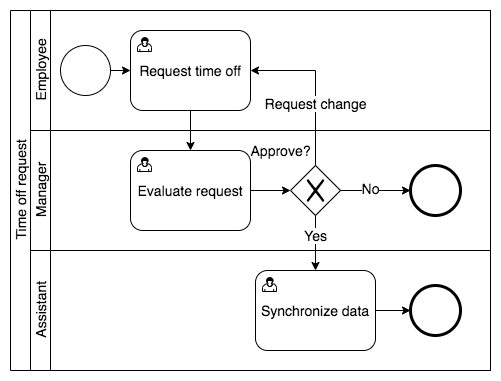
The draw.io diagram images/before_sys_integration.png in Tim3W4rp/Diploma-thesis, before a commit. Source tidied: cells renumbered, new cells last; positions are measured from the earlier drawing's top-left corner, leaving out a move shared by most shapes. Its diagram source:
```xml
<mxGraphModel background="#ffffff">
  <root>
    <mxCell id="0" />
    <mxCell id="1" parent="0" />
    <mxCell id="2" value="Time off request" style="swimlane;html=1;horizontal=0;startSize=20;fontSize=14;fontStyle=0;" parent="1" vertex="1">
      <mxGeometry width="480" height="360" as="geometry" />
    </mxCell>
    <mxCell id="3" value="Employee" style="swimlane;html=1;startSize=20;horizontal=0;fontSize=14;fontStyle=0;" parent="2" vertex="1">
      <mxGeometry x="20" width="460" height="120" as="geometry" />
    </mxCell>
    <mxCell id="4" value="Request time off" style="html=1;whiteSpace=wrap;rounded=1;fontSize=14;fontStyle=0;" parent="3" vertex="1">
      <mxGeometry x="100" y="20" width="120" height="80" as="geometry" />
    </mxCell>
    <mxCell id="5" style="html=1;shape=mxgraph.bpmn.user_task;fontSize=14;fontStyle=0;" parent="4" vertex="1">
      <mxGeometry width="14" height="14" relative="1" as="geometry">
        <mxPoint x="7" y="7" as="offset" />
      </mxGeometry>
    </mxCell>
    <mxCell id="6" style="shape=mxgraph.bpmn.shape;html=1;verticalLabelPosition=bottom;labelBackgroundColor=#ffffff;verticalAlign=top;align=center;perimeter=ellipsePerimeter;outlineConnect=0;outline=standard;symbol=general;fontSize=14;fontStyle=0;" parent="3" vertex="1">
      <mxGeometry x="30" y="35" width="50" height="50" as="geometry" />
    </mxCell>
    <mxCell id="7" style="edgeStyle=orthogonalEdgeStyle;rounded=0;jettySize=auto;html=1;exitX=1;exitY=0.5;exitDx=0;exitDy=0;entryX=0;entryY=0.5;entryDx=0;entryDy=0;fontSize=14;fontStyle=0;" parent="3" edge="1" source="6" target="4">
      <mxGeometry relative="1" as="geometry" />
    </mxCell>
    <mxCell id="8" value="Manager" style="swimlane;html=1;startSize=20;horizontal=0;fontSize=14;fontStyle=0;" parent="2" vertex="1">
      <mxGeometry x="20" y="120" width="460" height="120" as="geometry" />
    </mxCell>
    <mxCell id="9" style="edgeStyle=orthogonalEdgeStyle;rounded=0;jettySize=auto;html=1;entryX=0;entryY=0.5;entryDx=0;entryDy=0;startArrow=none;startFill=0;endArrow=classic;endFill=1;strokeWidth=1;fontSize=14;fontStyle=0;" parent="8" edge="1" source="10" target="12">
      <mxGeometry relative="1" as="geometry" />
    </mxCell>
    <mxCell id="10" value="Evaluate request" style="html=1;whiteSpace=wrap;rounded=1;fontSize=14;fontStyle=0;" parent="8" vertex="1">
      <mxGeometry x="100" y="20" width="120" height="80" as="geometry" />
    </mxCell>
    <mxCell id="11" style="html=1;shape=mxgraph.bpmn.user_task;fontSize=14;fontStyle=0;" parent="10" vertex="1">
      <mxGeometry width="14" height="14" relative="1" as="geometry">
        <mxPoint x="7" y="7" as="offset" />
      </mxGeometry>
    </mxCell>
    <mxCell id="12" style="shape=mxgraph.bpmn.shape;html=1;verticalLabelPosition=bottom;labelBackgroundColor=#ffffff;verticalAlign=top;align=center;perimeter=rhombusPerimeter;background=gateway;outlineConnect=0;outline=none;symbol=exclusiveGw;fontSize=14;fontStyle=0;" parent="8" vertex="1">
      <mxGeometry x="260" y="35" width="50" height="50" as="geometry" />
    </mxCell>
    <mxCell id="13" value="Approve?" style="text;html=1;align=center;verticalAlign=middle;fontSize=14;fontStyle=0;" parent="8" vertex="1">
      <mxGeometry x="210" y="10" width="80" height="20" as="geometry" />
    </mxCell>
    <mxCell id="14" style="shape=mxgraph.bpmn.shape;html=1;verticalLabelPosition=bottom;labelBackgroundColor=#ffffff;verticalAlign=top;align=center;perimeter=ellipsePerimeter;outlineConnect=0;outline=end;symbol=general;fontSize=14;" parent="8" vertex="1">
      <mxGeometry x="380" y="35" width="50" height="50" as="geometry" />
    </mxCell>
    <mxCell id="15" style="edgeStyle=orthogonalEdgeStyle;rounded=0;jettySize=auto;html=1;startArrow=none;startFill=0;endArrow=classic;endFill=1;strokeWidth=1;fontSize=14;fontStyle=0;entryX=0;entryY=0.5;entryDx=0;entryDy=0;" parent="8" edge="1" source="12" target="14">
      <mxGeometry relative="1" as="geometry" />
    </mxCell>
    <mxCell id="16" value="No" style="edgeLabel;html=1;align=center;verticalAlign=middle;fontSize=14;fontStyle=0;" parent="15" vertex="1">
      <mxGeometry x="-0.16" y="3" relative="1" as="geometry" />
    </mxCell>
    <mxCell id="17" value="Assistant" style="swimlane;html=1;startSize=20;horizontal=0;fontSize=14;fontStyle=0;" parent="2" vertex="1">
      <mxGeometry x="20" y="240" width="460" height="120" as="geometry" />
    </mxCell>
    <mxCell id="18" style="edgeStyle=orthogonalEdgeStyle;rounded=0;jettySize=auto;html=1;entryX=0;entryY=0.5;entryDx=0;entryDy=0;startArrow=none;startFill=0;endArrow=classic;endFill=1;strokeWidth=1;fontSize=14;fontStyle=0;" parent="17" edge="1" source="19" target="21">
      <mxGeometry relative="1" as="geometry" />
    </mxCell>
    <mxCell id="19" value="Synchronize data" style="html=1;whiteSpace=wrap;rounded=1;fontSize=14;fontStyle=0;" parent="17" vertex="1">
      <mxGeometry x="225" y="20" width="120" height="80" as="geometry" />
    </mxCell>
    <mxCell id="20" style="html=1;shape=mxgraph.bpmn.user_task;fontSize=14;fontStyle=0;" parent="19" vertex="1">
      <mxGeometry width="14" height="14" relative="1" as="geometry">
        <mxPoint x="7" y="7" as="offset" />
      </mxGeometry>
    </mxCell>
    <mxCell id="21" style="shape=mxgraph.bpmn.shape;html=1;verticalLabelPosition=bottom;labelBackgroundColor=#ffffff;verticalAlign=top;align=center;perimeter=ellipsePerimeter;outlineConnect=0;outline=end;symbol=general;fontSize=14;fontStyle=0;" parent="17" vertex="1">
      <mxGeometry x="380" y="35" width="50" height="50" as="geometry" />
    </mxCell>
    <mxCell id="22" style="edgeStyle=orthogonalEdgeStyle;rounded=0;jettySize=auto;html=1;entryX=0.5;entryY=0;entryDx=0;entryDy=0;startArrow=none;startFill=0;endArrow=classic;endFill=1;strokeWidth=1;fontSize=14;fontStyle=0;" parent="2" edge="1" source="4" target="10">
      <mxGeometry relative="1" as="geometry" />
    </mxCell>
    <mxCell id="23" style="edgeStyle=orthogonalEdgeStyle;rounded=0;jettySize=auto;html=1;entryX=1;entryY=0.5;entryDx=0;entryDy=0;startArrow=none;startFill=0;endArrow=classic;endFill=1;strokeWidth=1;exitX=0.5;exitY=0;exitDx=0;exitDy=0;fontSize=14;fontStyle=0;" parent="2" edge="1" source="12" target="4">
      <mxGeometry relative="1" as="geometry">
        <Array as="points">
          <mxPoint x="305" y="60" />
        </Array>
      </mxGeometry>
    </mxCell>
    <mxCell id="24" value="Request change" style="edgeLabel;html=1;align=center;verticalAlign=middle;fontSize=14;fontStyle=0;" parent="23" vertex="1">
      <mxGeometry x="-0.21" y="1" relative="1" as="geometry" />
    </mxCell>
    <mxCell id="25" style="edgeStyle=orthogonalEdgeStyle;rounded=0;jettySize=auto;html=1;exitX=0.5;exitY=1;exitDx=0;exitDy=0;entryX=0.5;entryY=0;entryDx=0;entryDy=0;startArrow=none;startFill=0;endArrow=classic;endFill=1;strokeWidth=1;fontSize=14;fontStyle=0;" parent="2" edge="1" source="12" target="19">
      <mxGeometry relative="1" as="geometry" />
    </mxCell>
    <mxCell id="26" value="Yes" style="edgeLabel;html=1;align=center;verticalAlign=middle;fontSize=14;fontStyle=0;" parent="25" vertex="1">
      <mxGeometry x="-0.31" y="-1" relative="1" as="geometry" />
    </mxCell>
  </root>
</mxGraphModel>
```
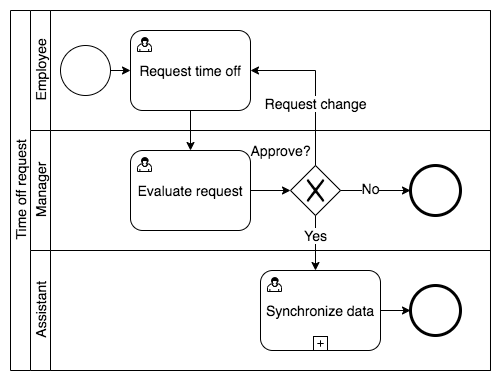
The same diagram one commit later.

Change to the diagram source:
```diff
@@ -54,20 +54,27 @@
     <mxCell id="17" value="Assistant" style="swimlane;html=1;startSize=20;horizontal=0;fontSize=14;fontStyle=0;" parent="2" vertex="1">
       <mxGeometry x="20" y="240" width="460" height="120" as="geometry" />
     </mxCell>
-    <mxCell id="18" style="edgeStyle=orthogonalEdgeStyle;rounded=0;jettySize=auto;html=1;entryX=0;entryY=0.5;entryDx=0;entryDy=0;startArrow=none;startFill=0;endArrow=classic;endFill=1;strokeWidth=1;fontSize=14;fontStyle=0;" parent="17" edge="1" source="19" target="21">
-      <mxGeometry relative="1" as="geometry" />
+    <mxCell id="18" style="edgeStyle=orthogonalEdgeStyle;rounded=0;jettySize=auto;html=1;entryX=0;entryY=0.5;entryDx=0;entryDy=0;startArrow=none;startFill=0;endArrow=classic;endFill=1;strokeWidth=1;fontSize=14;fontStyle=0;" parent="17" edge="1" target="21">
+      <mxGeometry relative="1" as="geometry">
+        <mxPoint x="345" y="60" as="sourcePoint" />
+      </mxGeometry>
     </mxCell>
+    <mxCell id="21" style="shape=mxgraph.bpmn.shape;html=1;verticalLabelPosition=bottom;labelBackgroundColor=#ffffff;verticalAlign=top;align=center;perimeter=ellipsePerimeter;outlineConnect=0;outline=end;symbol=general;fontSize=14;fontStyle=0;" parent="17" vertex="1">
+      <mxGeometry x="380" y="35" width="50" height="50" as="geometry" />
+    </mxCell>
-    <mxCell id="19" value="Synchronize data" style="html=1;whiteSpace=wrap;rounded=1;fontSize=14;fontStyle=0;" parent="17" vertex="1">
-      <mxGeometry x="225" y="20" width="120" height="80" as="geometry" />
+    <mxCell id="19" value="&lt;font style=&quot;font-size: 14px&quot;&gt;Synchronize data&lt;/font&gt;" style="html=1;whiteSpace=wrap;rounded=1;" parent="17" vertex="1">
+      <mxGeometry x="230" y="20" width="120" height="80" as="geometry" />
     </mxCell>
-    <mxCell id="20" style="html=1;shape=mxgraph.bpmn.user_task;fontSize=14;fontStyle=0;" parent="19" vertex="1">
-      <mxGeometry width="14" height="14" relative="1" as="geometry">
-        <mxPoint x="7" y="7" as="offset" />
-      </mxGeometry>
-    </mxCell>
-    <mxCell id="21" style="shape=mxgraph.bpmn.shape;html=1;verticalLabelPosition=bottom;labelBackgroundColor=#ffffff;verticalAlign=top;align=center;perimeter=ellipsePerimeter;outlineConnect=0;outline=end;symbol=general;fontSize=14;fontStyle=0;" parent="17" vertex="1">
-      <mxGeometry x="380" y="35" width="50" height="50" as="geometry" />
-    </mxCell>
+    <mxCell id="27" style="html=1;shape=mxgraph.bpmn.user_task;" parent="19" vertex="1">
+      <mxGeometry width="14" height="14" relative="1" as="geometry">
+        <mxPoint x="7" y="7" as="offset" />
+      </mxGeometry>
+    </mxCell>
+    <mxCell id="28" style="html=1;shape=plus;" parent="19" vertex="1">
+      <mxGeometry x="0.5" y="1" width="14" height="14" relative="1" as="geometry">
+        <mxPoint x="-7" y="-14" as="offset" />
+      </mxGeometry>
+    </mxCell>
     <mxCell id="22" style="edgeStyle=orthogonalEdgeStyle;rounded=0;jettySize=auto;html=1;entryX=0.5;entryY=0;entryDx=0;entryDy=0;startArrow=none;startFill=0;endArrow=classic;endFill=1;strokeWidth=1;fontSize=14;fontStyle=0;" parent="2" edge="1" source="4" target="10">
       <mxGeometry relative="1" as="geometry" />
     </mxCell>
@@ -81,8 +88,10 @@
     <mxCell id="24" value="Request change" style="edgeLabel;html=1;align=center;verticalAlign=middle;fontSize=14;fontStyle=0;" parent="23" vertex="1">
       <mxGeometry x="-0.21" y="1" relative="1" as="geometry" />
     </mxCell>
-    <mxCell id="25" style="edgeStyle=orthogonalEdgeStyle;rounded=0;jettySize=auto;html=1;exitX=0.5;exitY=1;exitDx=0;exitDy=0;entryX=0.5;entryY=0;entryDx=0;entryDy=0;startArrow=none;startFill=0;endArrow=classic;endFill=1;strokeWidth=1;fontSize=14;fontStyle=0;" parent="2" edge="1" source="12" target="19">
-      <mxGeometry relative="1" as="geometry" />
+    <mxCell id="25" style="edgeStyle=orthogonalEdgeStyle;rounded=0;jettySize=auto;html=1;exitX=0.5;exitY=1;exitDx=0;exitDy=0;entryX=0.5;entryY=0;entryDx=0;entryDy=0;startArrow=none;startFill=0;endArrow=classic;endFill=1;strokeWidth=1;fontSize=14;fontStyle=0;" parent="2" edge="1" source="12">
+      <mxGeometry relative="1" as="geometry">
+        <mxPoint x="305" y="260" as="targetPoint" />
+      </mxGeometry>
     </mxCell>
     <mxCell id="26" value="Yes" style="edgeLabel;html=1;align=center;verticalAlign=middle;fontSize=14;fontStyle=0;" parent="25" vertex="1">
       <mxGeometry x="-0.31" y="-1" relative="1" as="geometry" />
```
